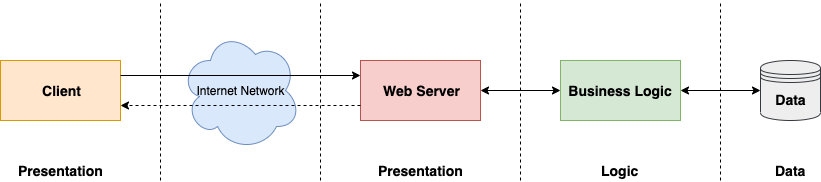
Earlier version of the draw.io export dd/img/architecture/fourTierArchitecture.png (Megapiro/SafeStreets-IngSw2Project). Source tidied: cells renumbered, new cells last; positions are measured from the earlier drawing's top-left corner, leaving out a move shared by most shapes.
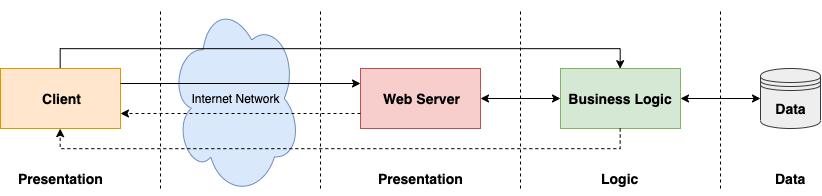
After the commit.

Commit message:
edit layers diagram

What changed in the source:
```diff
@@ -2,6 +2,17 @@
   <root>
     <mxCell id="0" />
     <mxCell id="1" parent="0" />
+    <mxCell id="10" value="Internet Network" style="shape=cloud;whiteSpace=wrap;html=1;fillColor=#dae8fc;strokeColor=#6c8ebf;" parent="1" vertex="1">
+      <mxGeometry x="170" y="-7.5" width="130" height="195" as="geometry" />
+    </mxCell>
+    <mxCell id="19" style="edgeStyle=orthogonalEdgeStyle;rounded=0;jettySize=auto;html=1;entryX=0.5;entryY=0;entryDx=0;entryDy=0;" parent="1" edge="1" source="2" target="4">
+      <mxGeometry relative="1" as="geometry">
+        <Array as="points">
+          <mxPoint x="60" y="40" />
+          <mxPoint x="620" y="40" />
+        </Array>
+      </mxGeometry>
+    </mxCell>
     <mxCell id="2" value="&lt;b&gt;&lt;font style=&quot;font-size: 14px&quot;&gt;Client&lt;/font&gt;&lt;/b&gt;" style="rounded=0;whiteSpace=wrap;html=1;fillColor=#FFE6CC;strokeColor=#d79b00;" parent="1" vertex="1">
       <mxGeometry y="60" width="120" height="60" as="geometry" />
     </mxCell>
@@ -38,9 +49,6 @@
         <mxPoint x="320" as="targetPoint" />
       </mxGeometry>
     </mxCell>
-    <mxCell id="10" value="Internet Network" style="shape=cloud;whiteSpace=wrap;html=1;fillColor=#dae8fc;strokeColor=#6c8ebf;" parent="1" vertex="1">
-      <mxGeometry x="180" y="30" width="120" height="120" as="geometry" />
-    </mxCell>
     <mxCell id="11" style="endArrow=classic;startArrow=classic;html=1;entryX=1;entryY=0.5;entryDx=0;entryDy=0;exitX=0;exitY=0.5;exitDx=0;exitDy=0;" parent="1" edge="1" source="5" target="4">
       <mxGeometry relative="1" as="geometry" />
     </mxCell>
@@ -68,5 +76,13 @@
     <mxCell id="18" value="&lt;b&gt;&lt;font style=&quot;font-size: 14px&quot;&gt;Data&lt;/font&gt;&lt;/b&gt;" style="text;html=1;align=center;verticalAlign=middle;" parent="1" vertex="1">
       <mxGeometry x="765" y="160" width="50" height="20" as="geometry" />
     </mxCell>
+    <mxCell id="20" style="edgeStyle=orthogonalEdgeStyle;rounded=0;jettySize=auto;html=1;entryX=0.5;entryY=1;entryDx=0;entryDy=0;dashed=1;" parent="1" edge="1" source="4" target="2">
+      <mxGeometry relative="1" as="geometry">
+        <Array as="points">
+          <mxPoint x="620" y="140" />
+          <mxPoint x="60" y="140" />
+        </Array>
+      </mxGeometry>
+    </mxCell>
   </root>
 </mxGraphModel>
```
